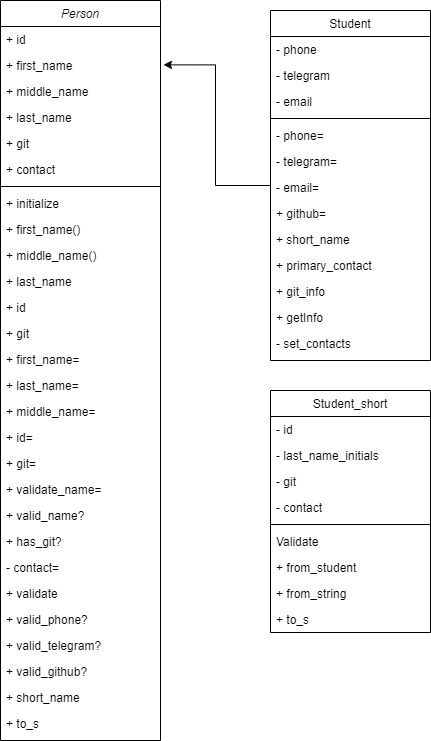
Before: students/classes_diagram.png, a diagram exported from draw.io (Vinyack/patterns). Source tidied: cells renumbered, new cells last; positions are measured from the earlier drawing's top-left corner, leaving out a move shared by most shapes. The source it was exported from:
```xml
<mxGraphModel>
  <root>
    <mxCell id="0" />
    <mxCell id="1" parent="0" />
    <mxCell id="2" value="Person" style="swimlane;fontStyle=2;align=center;verticalAlign=top;horizontal=1;startSize=26;rounded=0;shadow=0;strokeWidth=1;" parent="1" vertex="1">
      <mxGeometry width="160" height="740" as="geometry" />
    </mxCell>
    <mxCell id="3" value="+ id" style="text;align=left;verticalAlign=top;spacingLeft=4;spacingRight=4;overflow=hidden;" parent="2" vertex="1">
      <mxGeometry y="26" width="160" height="26" as="geometry" />
    </mxCell>
    <mxCell id="4" value="+ first_name" style="text;align=left;verticalAlign=top;spacingLeft=4;spacingRight=4;overflow=hidden;rounded=0;shadow=0;html=0;" parent="2" vertex="1">
      <mxGeometry y="52" width="160" height="26" as="geometry" />
    </mxCell>
    <mxCell id="5" value="+ middle_name" style="text;align=left;verticalAlign=top;spacingLeft=4;spacingRight=4;overflow=hidden;rounded=0;shadow=0;html=0;" parent="2" vertex="1">
      <mxGeometry y="78" width="160" height="26" as="geometry" />
    </mxCell>
    <mxCell id="6" value="+ last_name" style="text;align=left;verticalAlign=top;spacingLeft=4;spacingRight=4;overflow=hidden;rounded=0;shadow=0;html=0;" parent="2" vertex="1">
      <mxGeometry y="104" width="160" height="26" as="geometry" />
    </mxCell>
    <mxCell id="7" value="+ git" style="text;align=left;verticalAlign=top;spacingLeft=4;spacingRight=4;overflow=hidden;rounded=0;shadow=0;html=0;" parent="2" vertex="1">
      <mxGeometry y="130" width="160" height="26" as="geometry" />
    </mxCell>
    <mxCell id="8" value="+ contact" style="text;align=left;verticalAlign=top;spacingLeft=4;spacingRight=4;overflow=hidden;rounded=0;shadow=0;html=0;" parent="2" vertex="1">
      <mxGeometry y="156" width="160" height="26" as="geometry" />
    </mxCell>
    <mxCell id="9" style="line;html=1;strokeWidth=1;align=left;verticalAlign=middle;spacingTop=-1;spacingLeft=3;spacingRight=3;labelPosition=right;" parent="2" vertex="1">
      <mxGeometry y="182" width="160" height="8" as="geometry" />
    </mxCell>
    <mxCell id="10" value="+ initialize" style="text;align=left;verticalAlign=top;spacingLeft=4;spacingRight=4;overflow=hidden;" parent="2" vertex="1">
      <mxGeometry y="190" width="160" height="26" as="geometry" />
    </mxCell>
    <mxCell id="11" value="+ first_name()" style="text;align=left;verticalAlign=top;spacingLeft=4;spacingRight=4;overflow=hidden;" parent="2" vertex="1">
      <mxGeometry y="216" width="160" height="26" as="geometry" />
    </mxCell>
    <mxCell id="12" value="+ middle_name()" style="text;align=left;verticalAlign=top;spacingLeft=4;spacingRight=4;overflow=hidden;" parent="2" vertex="1">
      <mxGeometry y="242" width="160" height="26" as="geometry" />
    </mxCell>
    <mxCell id="13" value="+ last_name" style="text;align=left;verticalAlign=top;spacingLeft=4;spacingRight=4;overflow=hidden;" parent="2" vertex="1">
      <mxGeometry y="268" width="160" height="26" as="geometry" />
    </mxCell>
    <mxCell id="14" value="+ id" style="text;align=left;verticalAlign=top;spacingLeft=4;spacingRight=4;overflow=hidden;" parent="2" vertex="1">
      <mxGeometry y="294" width="160" height="26" as="geometry" />
    </mxCell>
    <mxCell id="15" value="+ git" style="text;align=left;verticalAlign=top;spacingLeft=4;spacingRight=4;overflow=hidden;" parent="2" vertex="1">
      <mxGeometry y="320" width="160" height="26" as="geometry" />
    </mxCell>
    <mxCell id="16" value="+ first_name=" style="text;align=left;verticalAlign=top;spacingLeft=4;spacingRight=4;overflow=hidden;" parent="2" vertex="1">
      <mxGeometry y="346" width="160" height="26" as="geometry" />
    </mxCell>
    <mxCell id="17" value="+ last_name=" style="text;align=left;verticalAlign=top;spacingLeft=4;spacingRight=4;overflow=hidden;" parent="2" vertex="1">
      <mxGeometry y="372" width="160" height="26" as="geometry" />
    </mxCell>
    <mxCell id="18" value="+ middle_name=" style="text;align=left;verticalAlign=top;spacingLeft=4;spacingRight=4;overflow=hidden;" parent="2" vertex="1">
      <mxGeometry y="398" width="160" height="26" as="geometry" />
    </mxCell>
    <mxCell id="19" value="+ id=" style="text;align=left;verticalAlign=top;spacingLeft=4;spacingRight=4;overflow=hidden;points=[[0,0.5],[1,0.5]];portConstraint=eastwest;" parent="2" vertex="1">
      <mxGeometry y="424" width="160" height="26" as="geometry" />
    </mxCell>
    <mxCell id="20" value="+ git=" style="text;align=left;verticalAlign=top;spacingLeft=4;spacingRight=4;overflow=hidden;" parent="2" vertex="1">
      <mxGeometry y="450" width="160" height="26" as="geometry" />
    </mxCell>
    <mxCell id="21" value="+ validate_name=" style="text;align=left;verticalAlign=top;spacingLeft=4;spacingRight=4;overflow=hidden;" parent="2" vertex="1">
      <mxGeometry y="476" width="160" height="26" as="geometry" />
    </mxCell>
    <mxCell id="22" value="+ valid_name?" style="text;align=left;verticalAlign=top;spacingLeft=4;spacingRight=4;overflow=hidden;" parent="2" vertex="1">
      <mxGeometry y="502" width="160" height="26" as="geometry" />
    </mxCell>
    <mxCell id="23" value="+ has_git?" style="text;align=left;verticalAlign=top;spacingLeft=4;spacingRight=4;overflow=hidden;" parent="2" vertex="1">
      <mxGeometry y="528" width="160" height="26" as="geometry" />
    </mxCell>
    <mxCell id="24" value="- contact=" style="text;align=left;verticalAlign=top;spacingLeft=4;spacingRight=4;overflow=hidden;" parent="2" vertex="1">
      <mxGeometry y="554" width="160" height="26" as="geometry" />
    </mxCell>
    <mxCell id="25" value="+ validate" style="text;align=left;verticalAlign=top;spacingLeft=4;spacingRight=4;overflow=hidden;" parent="2" vertex="1">
      <mxGeometry y="580" width="160" height="26" as="geometry" />
    </mxCell>
    <mxCell id="26" value="+ valid_phone?" style="text;align=left;verticalAlign=top;spacingLeft=4;spacingRight=4;overflow=hidden;" parent="2" vertex="1">
      <mxGeometry y="606" width="160" height="26" as="geometry" />
    </mxCell>
    <mxCell id="27" value="+ valid_telegram?" style="text;align=left;verticalAlign=top;spacingLeft=4;spacingRight=4;overflow=hidden;" parent="2" vertex="1">
      <mxGeometry y="632" width="160" height="26" as="geometry" />
    </mxCell>
    <mxCell id="28" value="+ valid_github?" style="text;align=left;verticalAlign=top;spacingLeft=4;spacingRight=4;overflow=hidden;" parent="2" vertex="1">
      <mxGeometry y="658" width="160" height="26" as="geometry" />
    </mxCell>
    <mxCell id="29" value="+ short_name" style="text;align=left;verticalAlign=top;spacingLeft=4;spacingRight=4;overflow=hidden;" parent="2" vertex="1">
      <mxGeometry y="684" width="160" height="26" as="geometry" />
    </mxCell>
    <mxCell id="30" value="+ to_s" style="text;align=left;verticalAlign=top;spacingLeft=4;spacingRight=4;overflow=hidden;" parent="2" vertex="1">
      <mxGeometry y="710" width="160" height="26" as="geometry" />
    </mxCell>
    <mxCell id="31" value="Student" style="swimlane;fontStyle=0;align=center;verticalAlign=top;horizontal=1;startSize=26;rounded=0;shadow=0;strokeWidth=1;" parent="1" vertex="1">
      <mxGeometry x="270" y="10" width="160" height="350" as="geometry" />
    </mxCell>
    <mxCell id="32" value="- phone" style="text;align=left;verticalAlign=top;spacingLeft=4;spacingRight=4;overflow=hidden;" parent="31" vertex="1">
      <mxGeometry y="26" width="160" height="26" as="geometry" />
    </mxCell>
    <mxCell id="33" value="- telegram" style="text;align=left;verticalAlign=top;spacingLeft=4;spacingRight=4;overflow=hidden;rounded=0;shadow=0;html=0;" parent="31" vertex="1">
      <mxGeometry y="52" width="160" height="26" as="geometry" />
    </mxCell>
    <mxCell id="34" value="- email" style="text;align=left;verticalAlign=top;spacingLeft=4;spacingRight=4;overflow=hidden;rounded=0;shadow=0;html=0;" parent="31" vertex="1">
      <mxGeometry y="78" width="160" height="26" as="geometry" />
    </mxCell>
    <mxCell id="35" style="line;html=1;strokeWidth=1;align=left;verticalAlign=middle;spacingTop=-1;spacingLeft=3;spacingRight=3;labelPosition=right;" parent="31" vertex="1">
      <mxGeometry y="104" width="160" height="8" as="geometry" />
    </mxCell>
    <mxCell id="36" value="- phone=" style="text;align=left;verticalAlign=top;spacingLeft=4;spacingRight=4;overflow=hidden;" parent="31" vertex="1">
      <mxGeometry y="112" width="160" height="26" as="geometry" />
    </mxCell>
    <mxCell id="37" value="- telegram=" style="text;align=left;verticalAlign=top;spacingLeft=4;spacingRight=4;overflow=hidden;" parent="31" vertex="1">
      <mxGeometry y="138" width="160" height="26" as="geometry" />
    </mxCell>
    <mxCell id="38" value="- email=" style="text;align=left;verticalAlign=top;spacingLeft=4;spacingRight=4;overflow=hidden;" parent="31" vertex="1">
      <mxGeometry y="164" width="160" height="26" as="geometry" />
    </mxCell>
    <mxCell id="39" value="+ github=" style="text;align=left;verticalAlign=top;spacingLeft=4;spacingRight=4;overflow=hidden;" parent="31" vertex="1">
      <mxGeometry y="190" width="160" height="26" as="geometry" />
    </mxCell>
    <mxCell id="40" value="+ short_name" style="text;align=left;verticalAlign=top;spacingLeft=4;spacingRight=4;overflow=hidden;" parent="31" vertex="1">
      <mxGeometry y="216" width="160" height="26" as="geometry" />
    </mxCell>
    <mxCell id="41" value="+ primary_contact" style="text;align=left;verticalAlign=top;spacingLeft=4;spacingRight=4;overflow=hidden;" parent="31" vertex="1">
      <mxGeometry y="242" width="160" height="26" as="geometry" />
    </mxCell>
    <mxCell id="42" value="+ git_info" style="text;align=left;verticalAlign=top;spacingLeft=4;spacingRight=4;overflow=hidden;" parent="31" vertex="1">
      <mxGeometry y="268" width="160" height="26" as="geometry" />
    </mxCell>
    <mxCell id="43" value="+ getInfo" style="text;align=left;verticalAlign=top;spacingLeft=4;spacingRight=4;overflow=hidden;" parent="31" vertex="1">
      <mxGeometry y="294" width="160" height="26" as="geometry" />
    </mxCell>
    <mxCell id="44" value="- set_contacts" style="text;align=left;verticalAlign=top;spacingLeft=4;spacingRight=4;overflow=hidden;" parent="31" vertex="1">
      <mxGeometry y="320" width="160" height="26" as="geometry" />
    </mxCell>
    <mxCell id="45" style="edgeStyle=orthogonalEdgeStyle;rounded=0;jettySize=auto;html=1;entryX=1.019;entryY=0.087;entryDx=0;entryDy=0;entryPerimeter=0;" parent="1" edge="1" source="31" target="2">
      <mxGeometry relative="1" as="geometry" />
    </mxCell>
    <mxCell id="46" value="Student_short" style="swimlane;fontStyle=0;align=center;verticalAlign=top;horizontal=1;startSize=26;rounded=0;shadow=0;strokeWidth=1;" parent="1" vertex="1">
      <mxGeometry x="270" y="390" width="160" height="242" as="geometry" />
    </mxCell>
    <mxCell id="47" value="- id" style="text;align=left;verticalAlign=top;spacingLeft=4;spacingRight=4;overflow=hidden;" parent="46" vertex="1">
      <mxGeometry y="26" width="160" height="26" as="geometry" />
    </mxCell>
    <mxCell id="48" value="- last_name_initials" style="text;align=left;verticalAlign=top;spacingLeft=4;spacingRight=4;overflow=hidden;rounded=0;shadow=0;html=0;" parent="46" vertex="1">
      <mxGeometry y="52" width="160" height="26" as="geometry" />
    </mxCell>
    <mxCell id="49" value="- git" style="text;align=left;verticalAlign=top;spacingLeft=4;spacingRight=4;overflow=hidden;rounded=0;shadow=0;html=0;" parent="46" vertex="1">
      <mxGeometry y="78" width="160" height="26" as="geometry" />
    </mxCell>
    <mxCell id="50" value="- contact" style="text;align=left;verticalAlign=top;spacingLeft=4;spacingRight=4;overflow=hidden;rounded=0;shadow=0;html=0;" parent="46" vertex="1">
      <mxGeometry y="104" width="160" height="26" as="geometry" />
    </mxCell>
    <mxCell id="51" style="line;html=1;strokeWidth=1;align=left;verticalAlign=middle;spacingTop=-1;spacingLeft=3;spacingRight=3;labelPosition=right;" parent="46" vertex="1">
      <mxGeometry y="130" width="160" height="8" as="geometry" />
    </mxCell>
    <mxCell id="52" value="Validate" style="text;align=left;verticalAlign=top;spacingLeft=4;spacingRight=4;overflow=hidden;" parent="46" vertex="1">
      <mxGeometry y="138" width="160" height="26" as="geometry" />
    </mxCell>
    <mxCell id="53" value="+ from_student" style="text;align=left;verticalAlign=top;spacingLeft=4;spacingRight=4;overflow=hidden;" parent="46" vertex="1">
      <mxGeometry y="164" width="160" height="26" as="geometry" />
    </mxCell>
    <mxCell id="54" value="+ from_string" style="text;align=left;verticalAlign=top;spacingLeft=4;spacingRight=4;overflow=hidden;" parent="46" vertex="1">
      <mxGeometry y="190" width="160" height="26" as="geometry" />
    </mxCell>
    <mxCell id="55" value="+ to_s" style="text;align=left;verticalAlign=top;spacingLeft=4;spacingRight=4;overflow=hidden;" parent="46" vertex="1">
      <mxGeometry y="216" width="160" height="26" as="geometry" />
    </mxCell>
  </root>
</mxGraphModel>
```
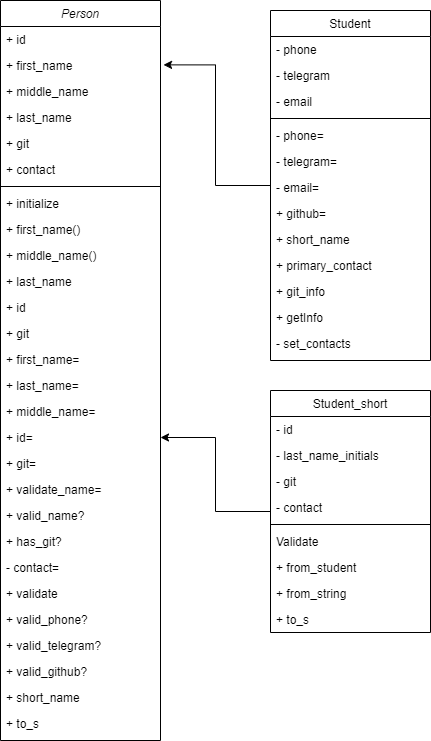
The same file after the commit.

Diff of the diagram source:
```diff
@@ -134,6 +134,9 @@
     <mxCell id="45" style="edgeStyle=orthogonalEdgeStyle;rounded=0;jettySize=auto;html=1;entryX=1.019;entryY=0.087;entryDx=0;entryDy=0;entryPerimeter=0;" parent="1" edge="1" source="31" target="2">
       <mxGeometry relative="1" as="geometry" />
     </mxCell>
+    <mxCell id="56" style="edgeStyle=orthogonalEdgeStyle;rounded=0;jettySize=auto;html=1;entryX=1;entryY=0.5;entryDx=0;entryDy=0;" parent="1" edge="1" source="46" target="19">
+      <mxGeometry relative="1" as="geometry" />
+    </mxCell>
     <mxCell id="46" value="Student_short" style="swimlane;fontStyle=0;align=center;verticalAlign=top;horizontal=1;startSize=26;rounded=0;shadow=0;strokeWidth=1;" parent="1" vertex="1">
       <mxGeometry x="270" y="390" width="160" height="242" as="geometry" />
     </mxCell>
```
